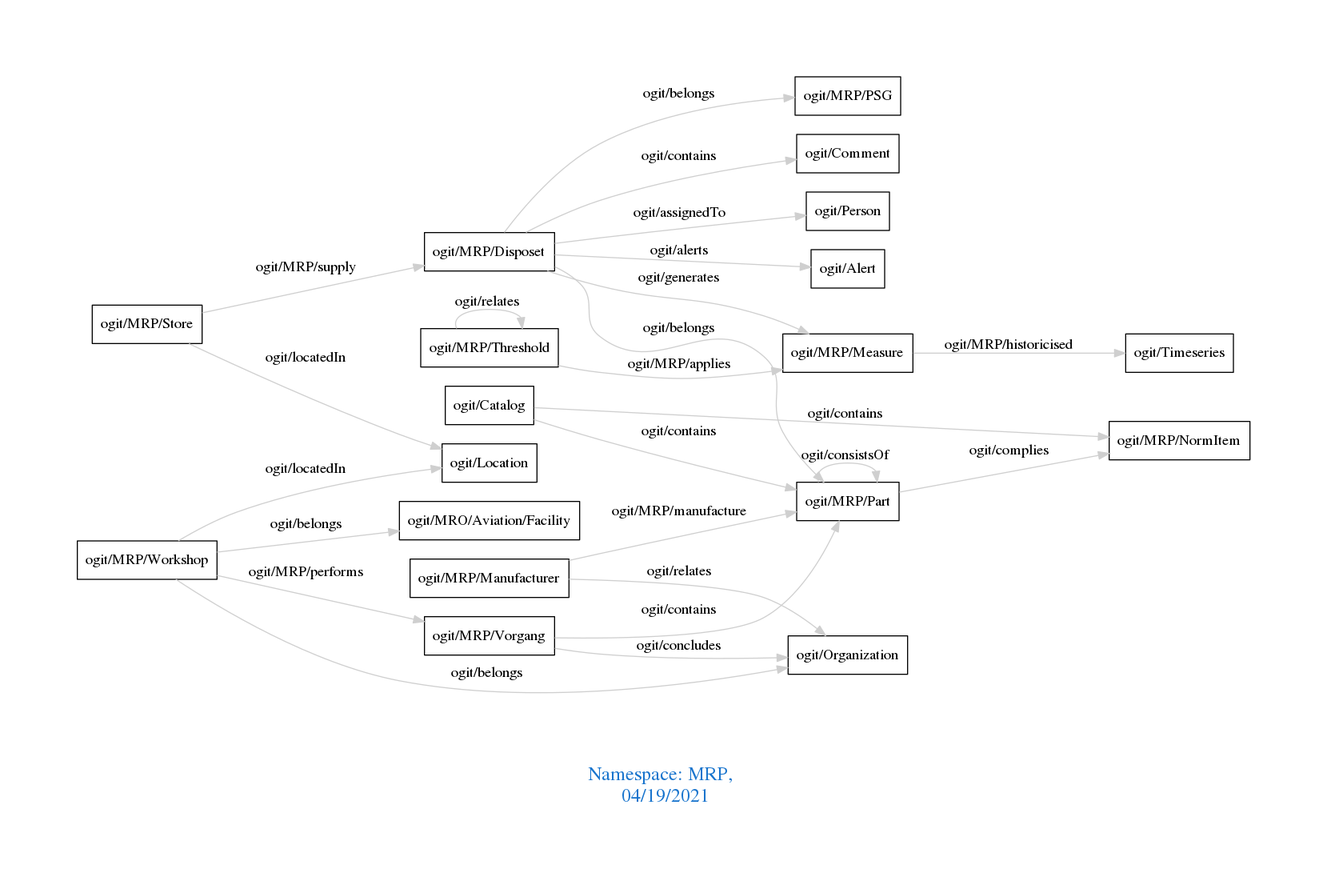
Earlier version of the Graphviz export downloads/MRP.png (arago/OGIT). Its source is kept beside it as downloads/MRP.dot.
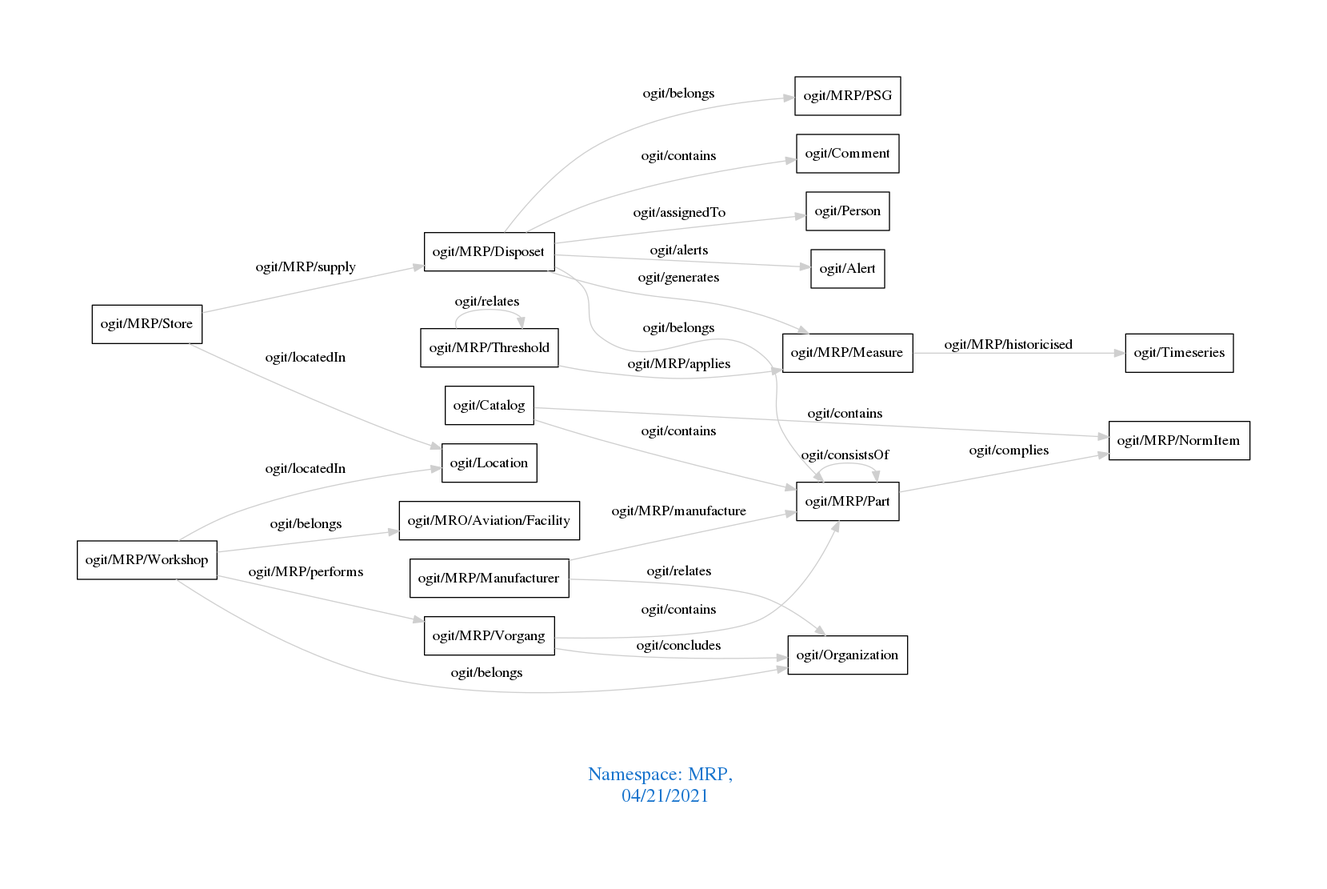
Above is the later version.

Change to the diagram source:
```diff
@@ -1,7 +1,7 @@
 digraph OGIT_ontology {
  graph [ rankdir= LR,pad=1
 fontsize = 18,
-fontcolor= dodgerblue3,label = "\n\n\nNamespace: MRP, \n 04/19/2021"];
+fontcolor= dodgerblue3,label = "\n\n\nNamespace: MRP, \n 04/21/2021"];
 node[shape=polygon];
 edge [  color="gray81"];
 
```
